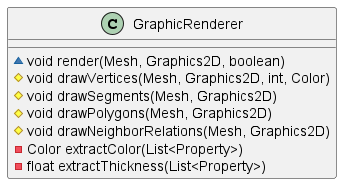
Above: diagrams/GraphicRenderer.png in AliMVirk/Island-Mesh-Generator (PlantUML), before the change.
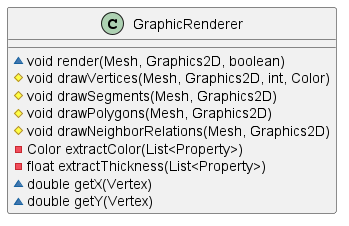
The same file after the commit.

Commit message:
Update GraphicRenderer class diagram

The edit, as a diff of the source:
```diff
@@ -8,6 +8,8 @@
     #void drawNeighborRelations(Mesh, Graphics2D)
     -Color extractColor(List<Property>)
     -float extractThickness(List<Property>)
+    ~double getX(Vertex)
+    ~double getY(Vertex)
 }
 
 @enduml
```
